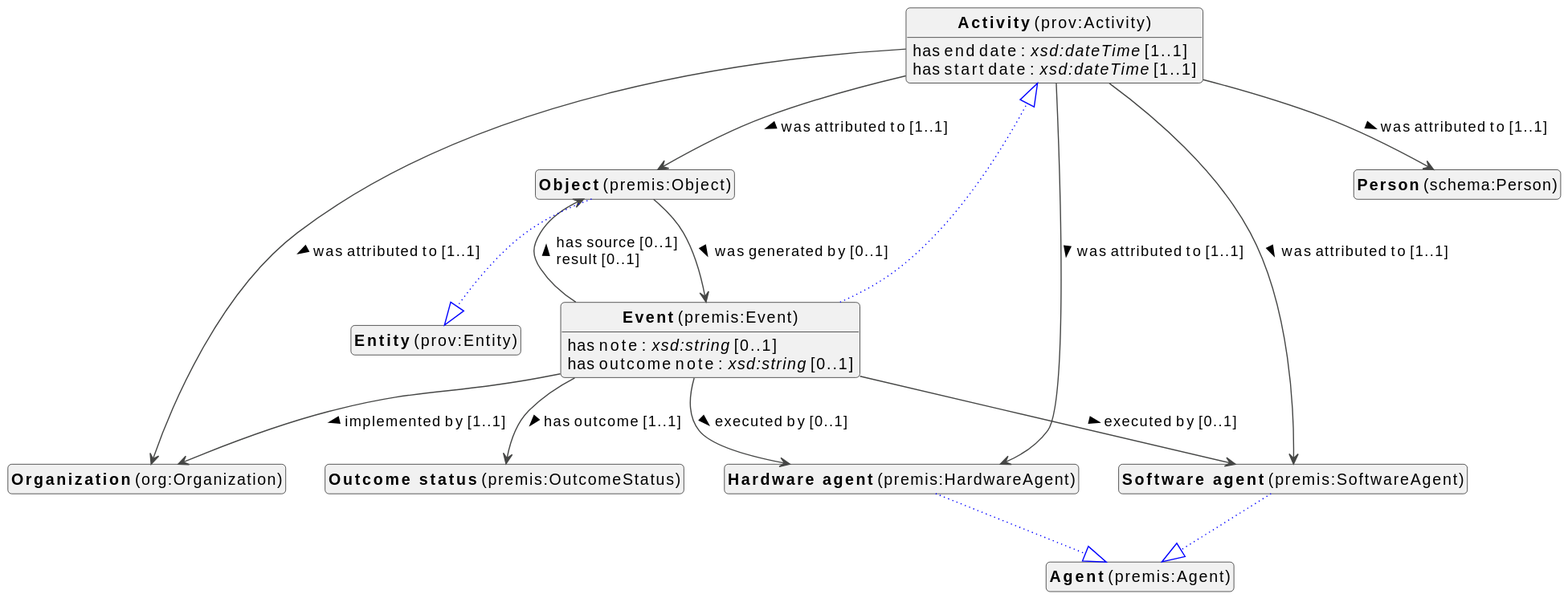
The PlantUML diagram docs/metadata/knowledge-graph/0.0.1/events/en/events-diagram.svg in viaacode/documentation-jekyll, before a commit.
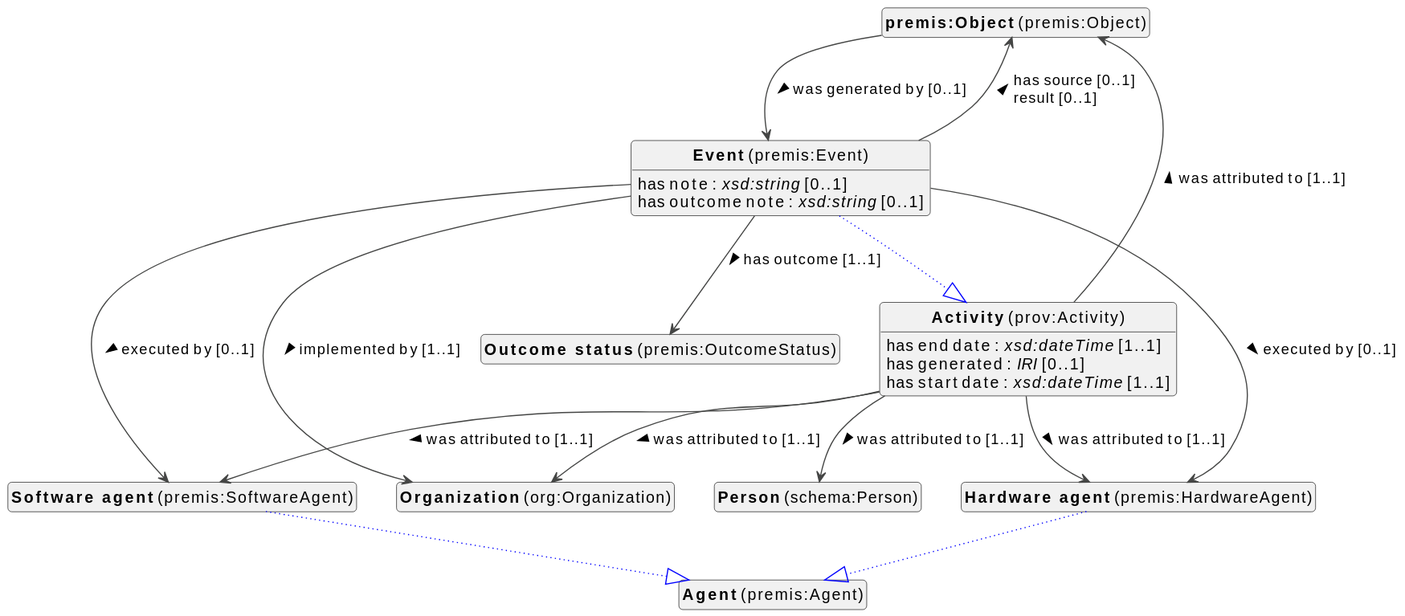
Above is the later version.

Diff of the diagram source:
```diff
@@ -10,13 +10,12 @@
 top to bottom direction
 
 
+class "<b>premis:Object</b> (premis:Object)" as premis_Object [[#premis%3AObject]]
+class "<b>Organization</b> (org:Organization)" as org_Organization [[../../organization/en#org%3AOrganization]]
+class "<b>Person</b> (schema:Person)" as schema_Person [[../../organization/en#schema%3APerson]]
 class "<b>Activity</b> (prov:Activity)" as prov_Activity [[#prov%3AActivity]]
 class "<b>Event</b> (premis:Event)" as premis_Event [[#premis%3AEvent]]
 class "<b>Activity</b> (prov:Activity)" as prov_Activity [[#prov%3AActivity]]
-class "<b>Object</b> (premis:Object)" as premis_Object [[#premis%3AObject]]
-class "<b>Entity</b> (prov:Entity)" as prov_Entity [[#prov%3AEntity]]
-class "<b>Organization</b> (org:Organization)" as org_Organization [[#org%3AOrganization]]
-class "<b>Person</b> (schema:Person)" as schema_Person [[#schema%3APerson]]
 class "<b>Hardware agent</b> (premis:HardwareAgent)" as premis_HardwareAgent [[#premis%3AHardwareAgent]]
 class "<b>Agent</b> (premis:Agent)" as premis_Agent [[#premis%3AAgent]]
 class "<b>Outcome status</b> (premis:OutcomeStatus)" as premis_OutcomeStatus [[#premis%3AOutcomeStatus]]
@@ -24,7 +23,15 @@
 class "<b>Agent</b> (premis:Agent)" as premis_Agent [[#premis%3AAgent]]
 
 
+premis_Object --> premis_Event :was generated by [0..1]  >
+
+
+
+
+
+
 prov_Activity : has end date : <i>xsd:dateTime</i> [1..1]
+prov_Activity : has generated : <i>IRI</i> [0..1]
 prov_Activity : has start date : <i>xsd:dateTime</i> [1..1]
 
 prov_Activity --> org_Organization :was attributed to [1..1]  >
@@ -45,14 +52,6 @@
 premis_Event --> premis_SoftwareAgent :executed by [0..1]  >
 
 
-premis_Object --|> prov_Entity #blue;line.dotted;text:blue
-
-premis_Object --> premis_Event :was generated by [0..1]  >
-
-
-
-
-
 premis_HardwareAgent --|> premis_Agent #blue;line.dotted;text:blue
 
 
```
